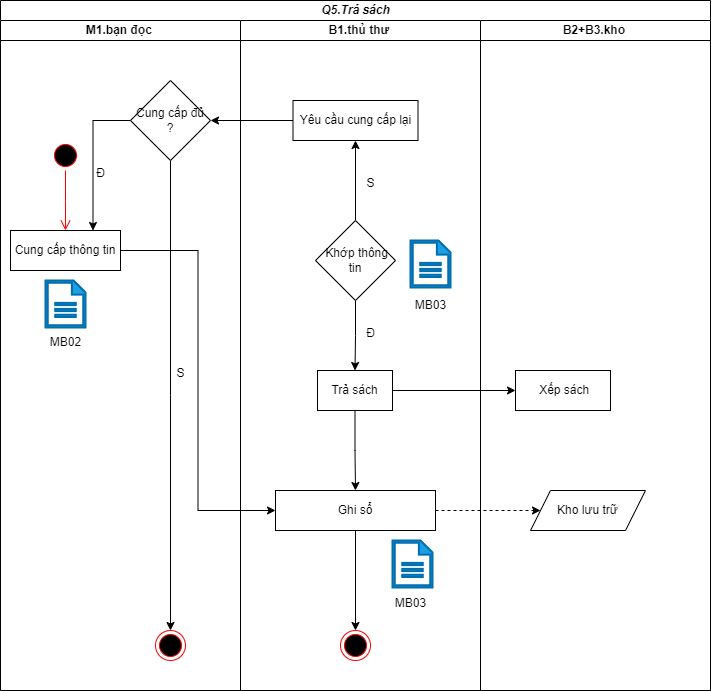
The draw.io diagram bài tap lớn/Biểu đồ hoạt động-Trả sách.drawio.png in vqh17062001/PTTKHT, before a commit. Source tidied: cells renumbered, new cells last; positions are measured from the earlier drawing's top-left corner, leaving out a move shared by most shapes.
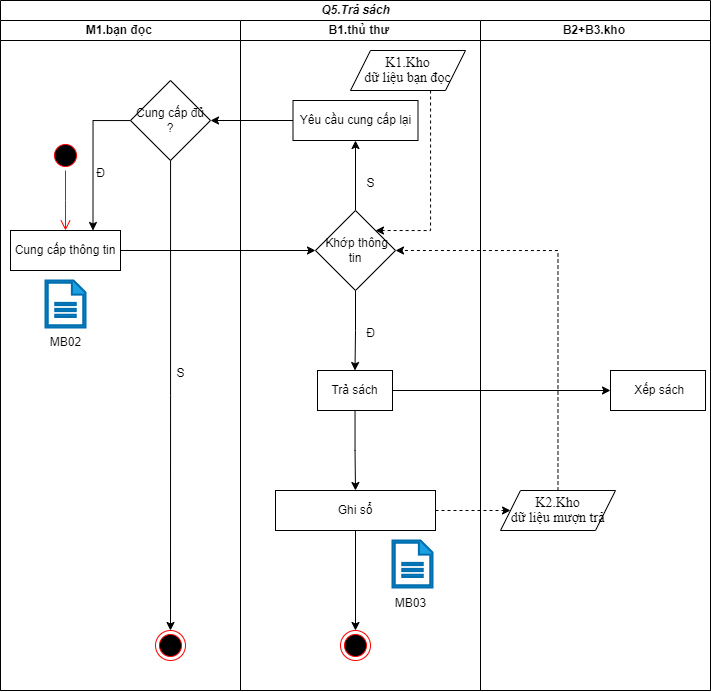
After the change.

What changed in the source:
```diff
@@ -49,7 +49,7 @@
       <mxGeometry relative="1" as="geometry" />
     </mxCell>
     <mxCell id="16" value="&amp;nbsp;Khớp thông tin" style="rhombus;whiteSpace=wrap;html=1;" parent="13" vertex="1">
-      <mxGeometry x="75" y="200" width="80" height="80" as="geometry" />
+      <mxGeometry x="75" y="190" width="80" height="80" as="geometry" />
     </mxCell>
     <mxCell id="17" value="Yêu cầu cung cấp lại" style="rounded=0;whiteSpace=wrap;html=1;" parent="13" vertex="1">
       <mxGeometry x="52.5" y="80" width="125" height="40" as="geometry" />
@@ -72,22 +72,29 @@
     <mxCell id="23" style="sketch=0;shadow=0;html=1;strokeColor=#006EAF;fillColor=#1ba1e2;labelPosition=center;verticalLabelPosition=bottom;verticalAlign=top;align=center;shape=mxgraph.office.concepts.document;fontColor=#ffffff;strokeWidth=2;" parent="13" vertex="1">
       <mxGeometry x="152" y="520" width="40" height="47" as="geometry" />
     </mxCell>
-    <mxCell id="24" value="MB03" style="text;html=1;align=center;verticalAlign=middle;strokeColor=none;fillColor=none;" parent="13" vertex="1">
-      <mxGeometry x="165" y="270" width="50" height="30" as="geometry" />
-    </mxCell>
+    <mxCell id="38" value="&lt;span style=&quot;font-size: 14px; line-height: 107%; font-family: &amp;quot;Times New Roman&amp;quot;, serif;&quot;&gt;K1.Kho&lt;br&gt;dữ liệu bạn đọc&lt;/span&gt;" style="shape=parallelogram;perimeter=parallelogramPerimeter;whiteSpace=wrap;html=1;fixedSize=1;" parent="13" vertex="1">
+      <mxGeometry x="110" y="30" width="115" height="40" as="geometry" />
+    </mxCell>
+    <mxCell id="39" style="edgeStyle=orthogonalEdgeStyle;rounded=0;jettySize=auto;html=1;entryX=1;entryY=0;entryDx=0;entryDy=0;dashed=1;" parent="13" edge="1" source="38" target="16">
+      <mxGeometry relative="1" as="geometry">
+        <Array as="points">
+          <mxPoint x="190" y="210" />
+        </Array>
+      </mxGeometry>
+    </mxCell>
     <mxCell id="25" value="&lt;b&gt;B2+B3.kho&amp;nbsp;&lt;/b&gt;" style="swimlane;startSize=20;html=1;" parent="2" vertex="1">
       <mxGeometry x="480" y="20" width="230" height="670" as="geometry" />
     </mxCell>
     <mxCell id="26" value="&amp;nbsp;Xếp sách" style="rounded=0;whiteSpace=wrap;html=1;" parent="25" vertex="1">
-      <mxGeometry x="35" y="350" width="95" height="40" as="geometry" />
+      <mxGeometry x="130" y="350" width="95" height="40" as="geometry" />
     </mxCell>
-    <mxCell id="27" value="Kho lưu trữ" style="shape=parallelogram;perimeter=parallelogramPerimeter;whiteSpace=wrap;html=1;fixedSize=1;" parent="25" vertex="1">
-      <mxGeometry x="50" y="470" width="115" height="40" as="geometry" />
+    <mxCell id="27" value="&lt;span style=&quot;line-height: 107%; font-family: &amp;quot;Times New Roman&amp;quot;, serif;&quot;&gt;&lt;font style=&quot;font-size: 14px;&quot;&gt;K2.Kho&lt;br/&gt;dữ liệu mượn trả&lt;/font&gt;&lt;/span&gt;" style="shape=parallelogram;perimeter=parallelogramPerimeter;whiteSpace=wrap;html=1;fixedSize=1;" parent="25" vertex="1">
+      <mxGeometry x="20" y="470" width="115" height="40" as="geometry" />
     </mxCell>
     <mxCell id="28" style="edgeStyle=orthogonalEdgeStyle;rounded=0;jettySize=auto;html=1;entryX=0;entryY=0.5;entryDx=0;entryDy=0;" parent="2" edge="1" source="19" target="26">
       <mxGeometry relative="1" as="geometry" />
     </mxCell>
-    <mxCell id="29" style="edgeStyle=orthogonalEdgeStyle;rounded=0;jettySize=auto;html=1;entryX=0;entryY=0.5;entryDx=0;entryDy=0;" parent="2" edge="1" source="4" target="21">
+    <mxCell id="29" style="edgeStyle=orthogonalEdgeStyle;rounded=0;jettySize=auto;html=1;entryX=0;entryY=0.5;entryDx=0;entryDy=0;" parent="2" edge="1" source="4" target="16">
       <mxGeometry relative="1" as="geometry" />
     </mxCell>
     <mxCell id="30" style="edgeStyle=orthogonalEdgeStyle;rounded=0;jettySize=auto;html=1;entryX=1;entryY=0.5;entryDx=0;entryDy=0;" parent="2" edge="1" source="17" target="11">
@@ -96,15 +103,19 @@
     <mxCell id="31" style="edgeStyle=orthogonalEdgeStyle;rounded=0;jettySize=auto;html=1;dashed=1;" parent="2" edge="1" source="21" target="27">
       <mxGeometry relative="1" as="geometry" />
     </mxCell>
+    <mxCell id="40" style="edgeStyle=orthogonalEdgeStyle;rounded=0;jettySize=auto;html=1;entryX=1;entryY=0.5;entryDx=0;entryDy=0;dashed=1;" parent="2" edge="1" source="27" target="16">
+      <mxGeometry relative="1" as="geometry">
+        <Array as="points">
+          <mxPoint x="558" y="250" />
+        </Array>
+      </mxGeometry>
+    </mxCell>
     <mxCell id="32" value="S" style="text;html=1;align=center;verticalAlign=middle;strokeColor=none;fillColor=none;" parent="1" vertex="1">
       <mxGeometry x="355" y="168" width="30" height="30" as="geometry" />
     </mxCell>
     <mxCell id="33" value="Đ" style="text;html=1;align=center;verticalAlign=middle;strokeColor=none;fillColor=none;" parent="1" vertex="1">
       <mxGeometry x="355" y="318" width="30" height="30" as="geometry" />
     </mxCell>
-    <mxCell id="34" style="sketch=0;shadow=0;html=1;strokeColor=#006EAF;fillColor=#1ba1e2;labelPosition=center;verticalLabelPosition=bottom;verticalAlign=top;align=center;shape=mxgraph.office.concepts.document;fontColor=#ffffff;strokeWidth=2;" parent="1" vertex="1">
-      <mxGeometry x="410" y="240" width="40" height="47" as="geometry" />
-    </mxCell>
     <mxCell id="35" value="MB03" style="text;html=1;align=center;verticalAlign=middle;strokeColor=none;fillColor=none;" parent="1" vertex="1">
       <mxGeometry x="385" y="588" width="50" height="30" as="geometry" />
     </mxCell>
```
